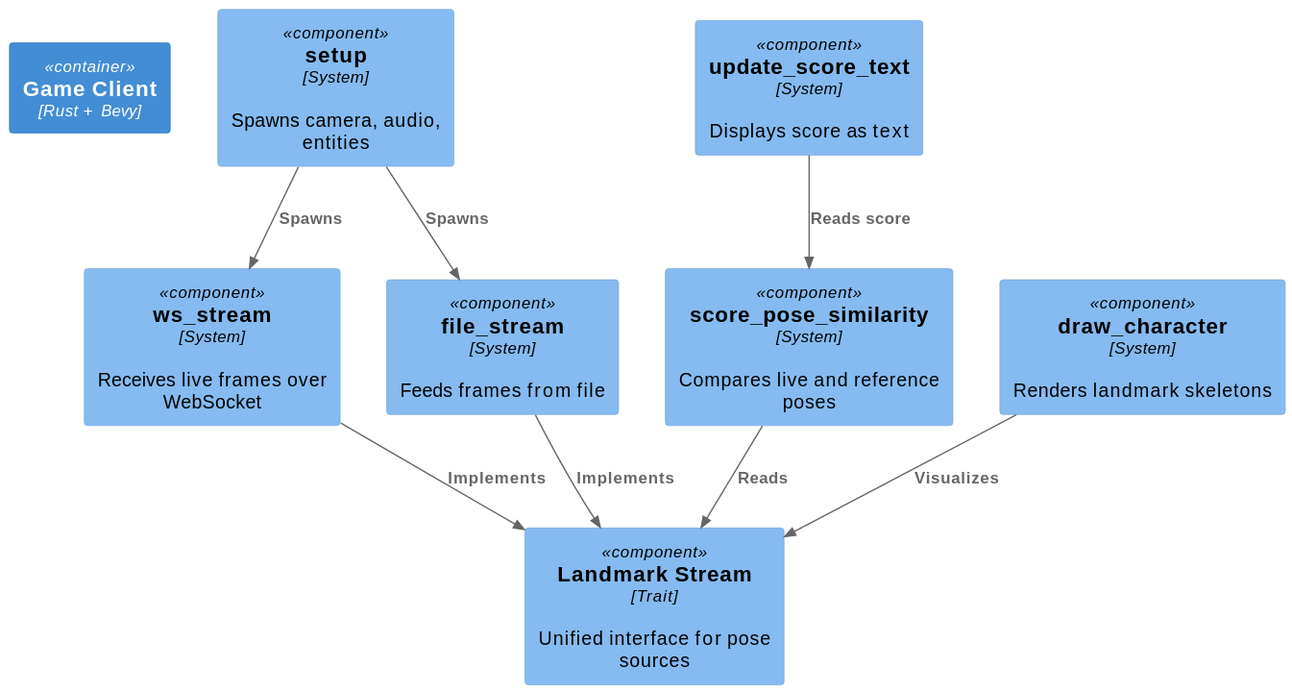
Before: docs/arch/diagrams/c4-level-3-component-game-client.svg, a diagram exported from PlantUML (tobiaslocker/pose).
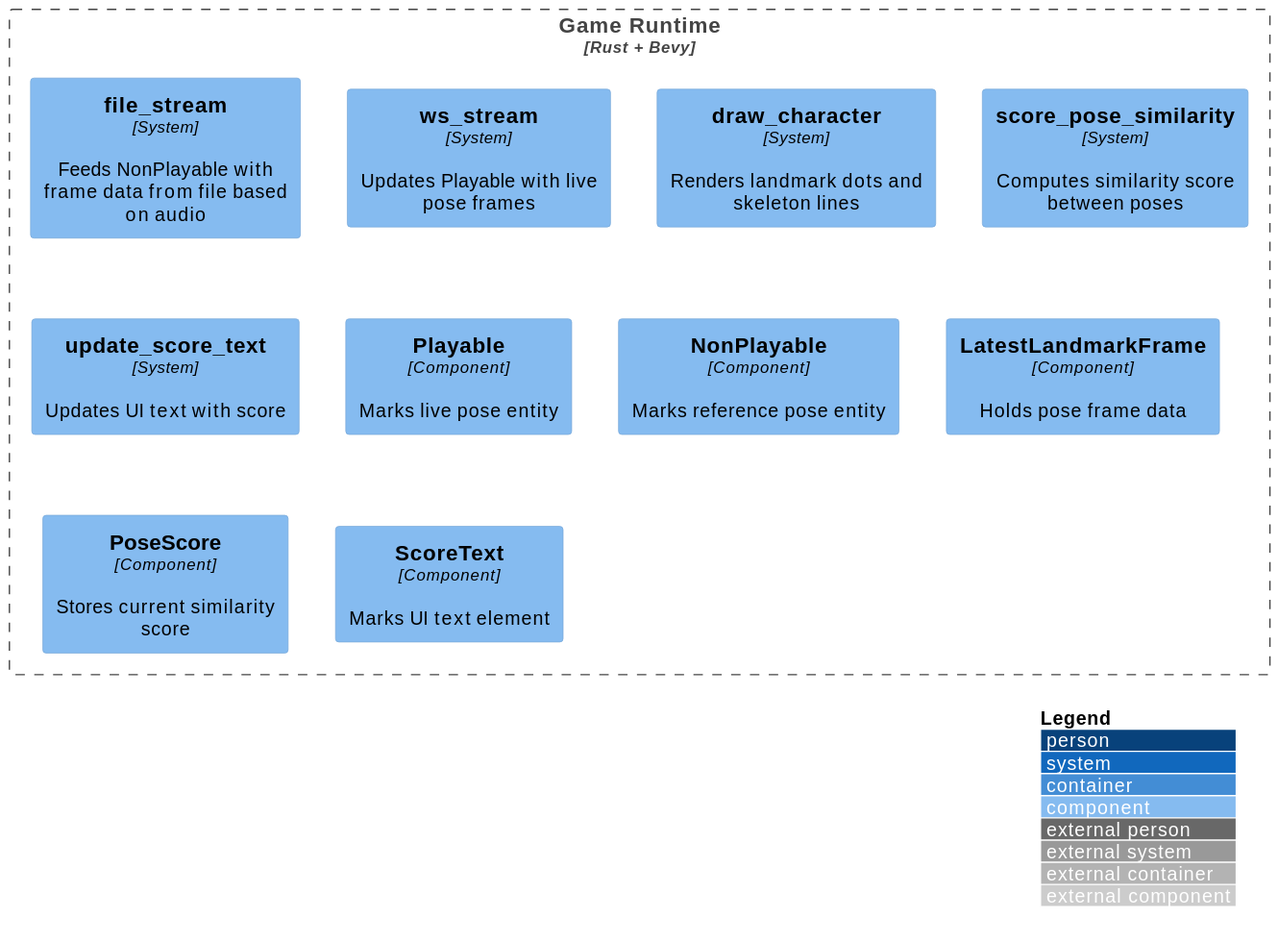
The same diagram one commit later.

The edit, as a diff of the source:
```diff
@@ -1,21 +1,20 @@
 @startuml
 !includeurl https://raw.githubusercontent.com/plantuml-stdlib/C4-PlantUML/master/C4_Component.puml
+LAYOUT_WITH_LEGEND()
 
-Container(game, "Game Client", "Rust + Bevy")
+Container(gameRuntime, "Game Runtime", "Rust + Bevy")
 
-Component(landmarkStream, "Landmark Stream", "Trait", "Unified interface for pose sources")
-Component(wsStream, "ws_stream", "System", "Receives live frames over WebSocket")
-Component(fileStream, "file_stream", "System", "Feeds frames from file")
-Component(scorePose, "score_pose_similarity", "System", "Compares live and reference poses")
-Component(draw, "draw_character", "System", "Renders landmark skeletons")
-Component(ui, "update_score_text", "System", "Displays score as text")
-Component(setup, "setup", "System", "Spawns camera, audio, entities")
+Container_Boundary(gameRuntime, "Game Runtime") {
+  Component(file_stream, "file_stream", "System", "Feeds NonPlayable with frame data from file based on audio")
+  Component(ws_stream, "ws_stream", "System", "Updates Playable with live pose frames")
+  Component(draw_character, "draw_character", "System", "Renders landmark dots and skeleton lines")
+  Component(score_pose_similarity, "score_pose_similarity", "System", "Computes similarity score between poses")
+  Component(update_score_text, "update_score_text", "System", "Updates UI text with score")
 
-Rel(setup, wsStream, "Spawns")
-Rel(setup, fileStream, "Spawns")
-Rel(wsStream, landmarkStream, "Implements")
-Rel(fileStream, landmarkStream, "Implements")
-Rel(scorePose, landmarkStream, "Reads")
-Rel(draw, landmarkStream, "Visualizes")
-Rel(ui, scorePose, "Reads score")
+  Component(Playable, "Playable", "Component", "Marks live pose entity")
+  Component(NonPlayable, "NonPlayable", "Component", "Marks reference pose entity")
+  Component(LatestLandmarkFrame, "LatestLandmarkFrame", "Component", "Holds pose frame data")
+  Component(PoseScore, "PoseScore", "Component", "Stores current similarity score")
+  Component(ScoreText, "ScoreText", "Component", "Marks UI text element")
+}
 @enduml
```
